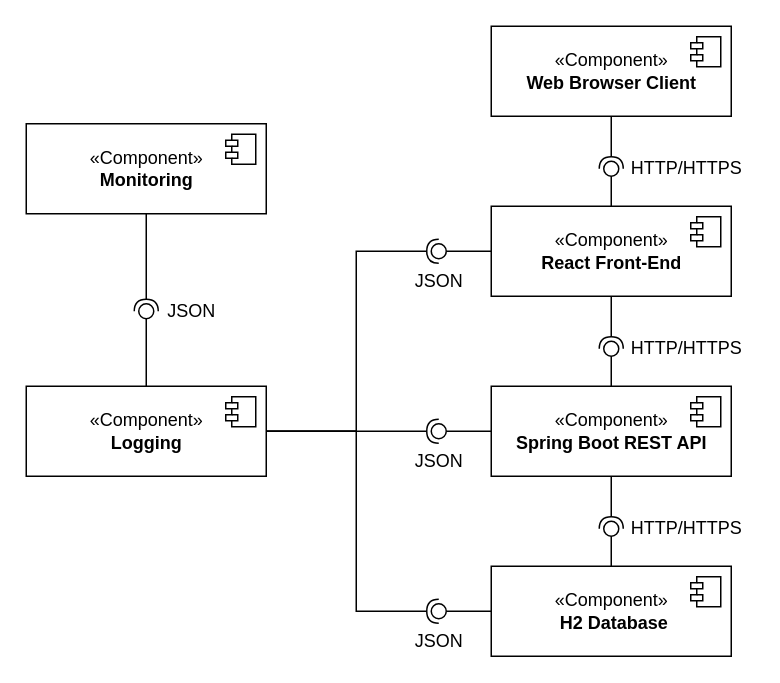
hmmaciel/controlframeworkpoc keeps this draw.io diagram as diagrams/poc/sources/PoC_ComponentDiagram.drawio. Above is the earlier version. Source tidied: cells renumbered, new cells numbered last; positions are measured from the earlier drawing's top-left corner, leaving out a move shared by most shapes. Both pictures are drawn from the tidied source at 150%, with x=0, y=0 at pixel (26, 26).
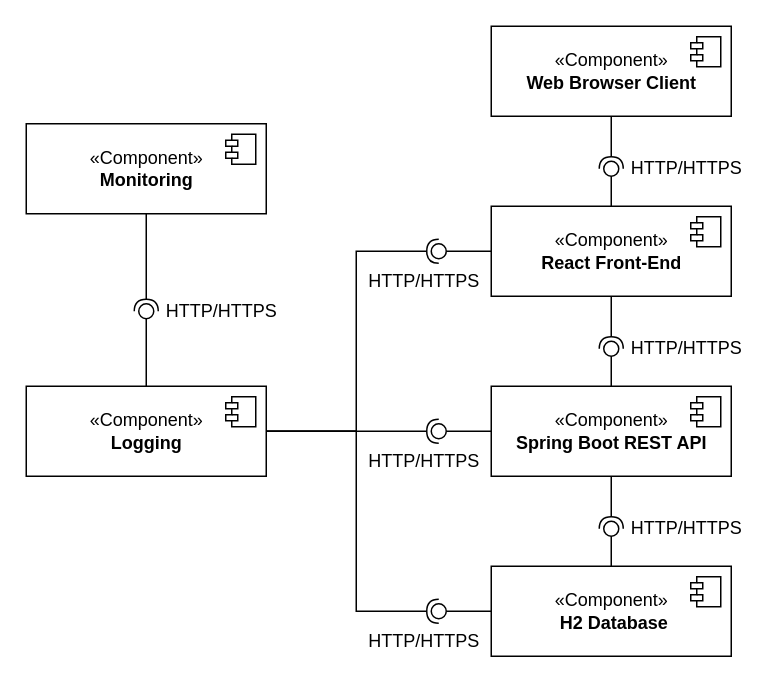
Above is the later version.

What changed in the source:
```diff
@@
-    <mxCell id="38" value="JSON" style="text;html=1;align=center;verticalAlign=middle;" parent="1" vertex="1">
-      <mxGeometry x="250" y="160" width="50" height="20" as="geometry" />
+    <mxCell id="38" value="HTTP/HTTPS" style="text;html=1;align=center;verticalAlign=middle;" parent="1" vertex="1">
+      <mxGeometry x="220" y="160" width="90" height="20" as="geometry" />
     </mxCell>
-    <mxCell id="39" value="JSON" style="text;html=1;align=center;verticalAlign=middle;" parent="1" vertex="1">
-      <mxGeometry x="250" y="280" width="50" height="20" as="geometry" />
+    <mxCell id="39" value="HTTP/HTTPS" style="text;html=1;align=center;verticalAlign=middle;" parent="1" vertex="1">
+      <mxGeometry x="220" y="280" width="90" height="20" as="geometry" />
     </mxCell>
-    <mxCell id="40" value="JSON" style="text;html=1;align=center;verticalAlign=middle;" parent="1" vertex="1">
-      <mxGeometry x="250" y="400" width="50" height="20" as="geometry" />
+    <mxCell id="40" value="HTTP/HTTPS" style="text;html=1;align=center;verticalAlign=middle;" parent="1" vertex="1">
+      <mxGeometry x="220" y="400" width="90" height="20" as="geometry" />
     </mxCell>
-    <mxCell id="41" value="JSON" style="text;html=1;align=center;verticalAlign=middle;" parent="1" vertex="1">
-      <mxGeometry x="85" y="180" width="50" height="20" as="geometry" />
+    <mxCell id="41" value="HTTP/HTTPS" style="text;html=1;align=center;verticalAlign=middle;" parent="1" vertex="1">
+      <mxGeometry x="85" y="180" width="90" height="20" as="geometry" />
     </mxCell>
```
